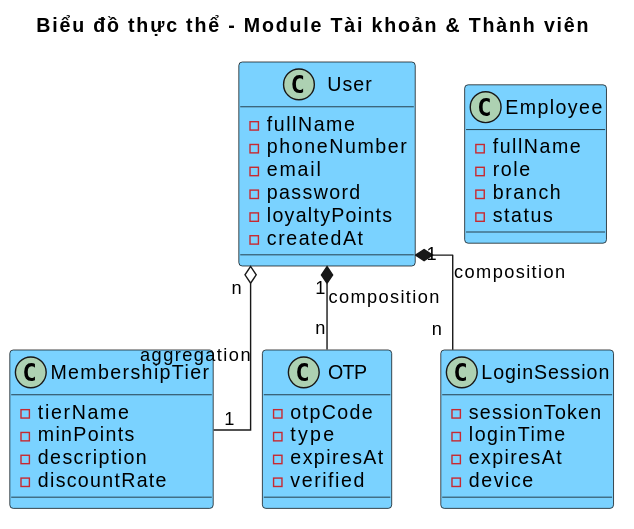
The PlantUML diagram output/diagrams/account_entity_analysis.svg in thanhtrnnn/cnpm, before a commit.
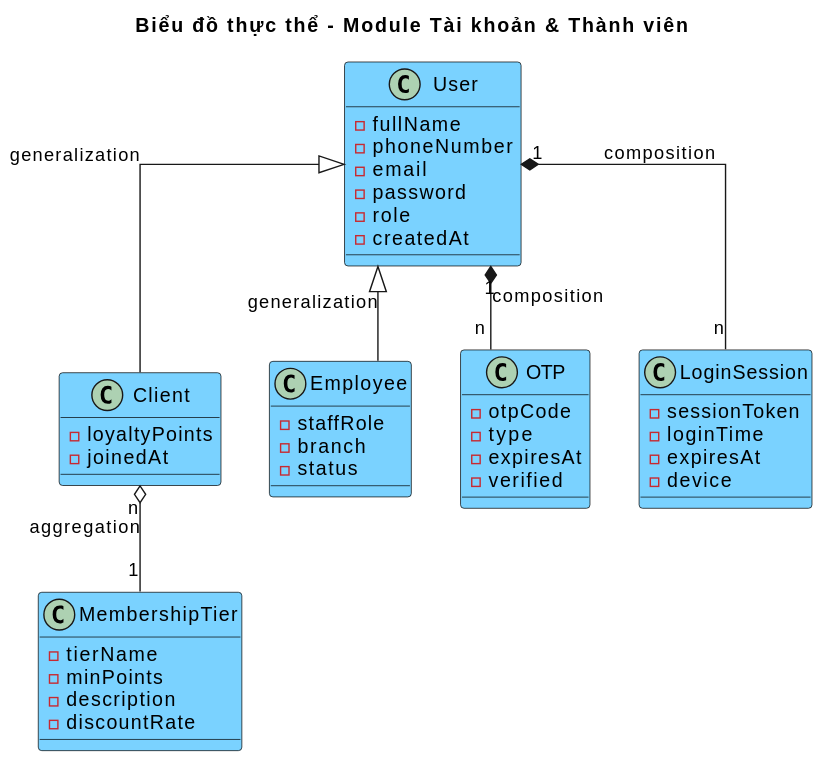
The same file after the commit.

Diff of the diagram source:
```diff
@@ -10,12 +10,15 @@
   -phoneNumber
   -email
   -password
-  -loyaltyPoints
+  -role
   -createdAt
 }
+class Client {
+  -loyaltyPoints
+  -joinedAt
+}
 class Employee {
-  -fullName
-  -role
+  -staffRole
   -branch
   -status
 }
@@ -38,7 +41,9 @@
   -device
 }
 
-User "n" o-- "1" MembershipTier : aggregation
+User <|-- Client : generalization
+User <|-- Employee : generalization
+Client "n" o-- "1" MembershipTier : aggregation
 User "1" *-- "n" OTP : composition
 User "1" *-- "n" LoginSession : composition
 @enduml
```
